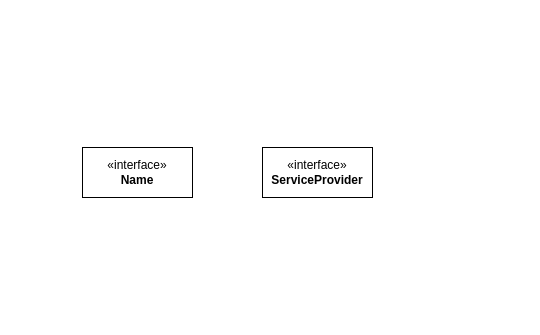
Before: guide-rpc.drawio in whj0512/pic, a draw.io diagram. Source tidied: cells renumbered, new cells numbered last; positions are measured from the earlier drawing's top-left corner, leaving out a move shared by most shapes. Both pictures are drawn from the tidied source at 100%, with x=0, y=0 at pixel (82, 147).
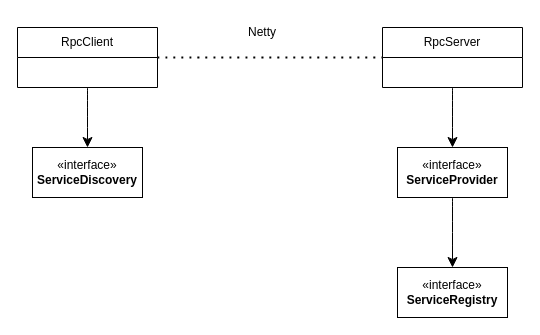
The same page after the edit.

Diff of the diagram source:
```diff
@@
 <mxGraphModel>
   <root>
     <mxCell id="0" />
     <mxCell id="1" parent="0" />
+    <mxCell id="4" style="edgeStyle=none;curved=1;rounded=0;jettySize=auto;html=1;exitX=0.5;exitY=1;exitDx=0;exitDy=0;fontSize=12;startSize=8;endSize=8;" parent="1" edge="1" source="2" target="3">
+      <mxGeometry relative="1" as="geometry" />
+    </mxCell>
     <mxCell id="2" value="«interface»&lt;br&gt;&lt;b&gt;ServiceProvider&lt;/b&gt;" style="html=1;whiteSpace=wrap;" parent="1" vertex="1">
-      <mxGeometry x="180" width="110" height="50" as="geometry" />
+      <mxGeometry x="315" width="110" height="50" as="geometry" />
     </mxCell>
-    <mxCell id="3" value="&amp;laquo;interface&amp;raquo;&lt;br&gt;&lt;b&gt;Name&lt;/b&gt;" style="html=1;whiteSpace=wrap;" parent="1" vertex="1">
-      <mxGeometry width="110" height="50" as="geometry" />
+    <mxCell id="3" value="«interface»&lt;br&gt;&lt;b&gt;ServiceRegistry&lt;/b&gt;" style="html=1;whiteSpace=wrap;" parent="1" vertex="1">
+      <mxGeometry x="315" y="120" width="110" height="50" as="geometry" />
     </mxCell>
+    <mxCell id="5" value="«interface»&lt;br&gt;&lt;b&gt;ServiceDiscovery&lt;/b&gt;" style="html=1;whiteSpace=wrap;" parent="1" vertex="1">
+      <mxGeometry x="-50" width="110" height="50" as="geometry" />
+    </mxCell>
+    <mxCell id="6" style="edgeStyle=none;curved=1;rounded=0;jettySize=auto;html=1;exitX=0.5;exitY=1;exitDx=0;exitDy=0;fontSize=12;startSize=8;endSize=8;" parent="1" edge="1" source="7" target="5">
+      <mxGeometry relative="1" as="geometry" />
+    </mxCell>
+    <mxCell id="7" value="RpcClient" style="swimlane;fontStyle=0;horizontal=1;startSize=30;whiteSpace=wrap;html=1;" parent="1" vertex="1">
+      <mxGeometry x="-65" y="-120" width="140" height="60" as="geometry" />
+    </mxCell>
+    <mxCell id="8" style="edgeStyle=none;curved=1;rounded=0;jettySize=auto;html=1;exitX=0.5;exitY=1;exitDx=0;exitDy=0;fontSize=12;startSize=8;endSize=8;" parent="1" edge="1" source="9" target="2">
+      <mxGeometry relative="1" as="geometry" />
+    </mxCell>
+    <mxCell id="9" value="RpcServer" style="swimlane;fontStyle=0;horizontal=1;startSize=30;whiteSpace=wrap;html=1;" parent="1" vertex="1">
+      <mxGeometry x="300" y="-120" width="140" height="60" as="geometry" />
+    </mxCell>
+    <mxCell id="10" style="endArrow=none;dashed=1;html=1;dashPattern=1 3;strokeWidth=2;rounded=0;fontSize=12;startSize=8;endSize=8;curved=1;exitX=1;exitY=0.5;exitDx=0;exitDy=0;entryX=0;entryY=0.5;entryDx=0;entryDy=0;" parent="1" edge="1" source="7" target="9">
+      <mxGeometry relative="1" as="geometry" />
+    </mxCell>
+    <mxCell id="11" value="Netty" style="text;html=1;align=center;verticalAlign=middle;whiteSpace=wrap;rounded=0;" parent="1" vertex="1">
+      <mxGeometry x="150" y="-130" width="60" height="30" as="geometry" />
+    </mxCell>
   </root>
 </mxGraphModel>
```
